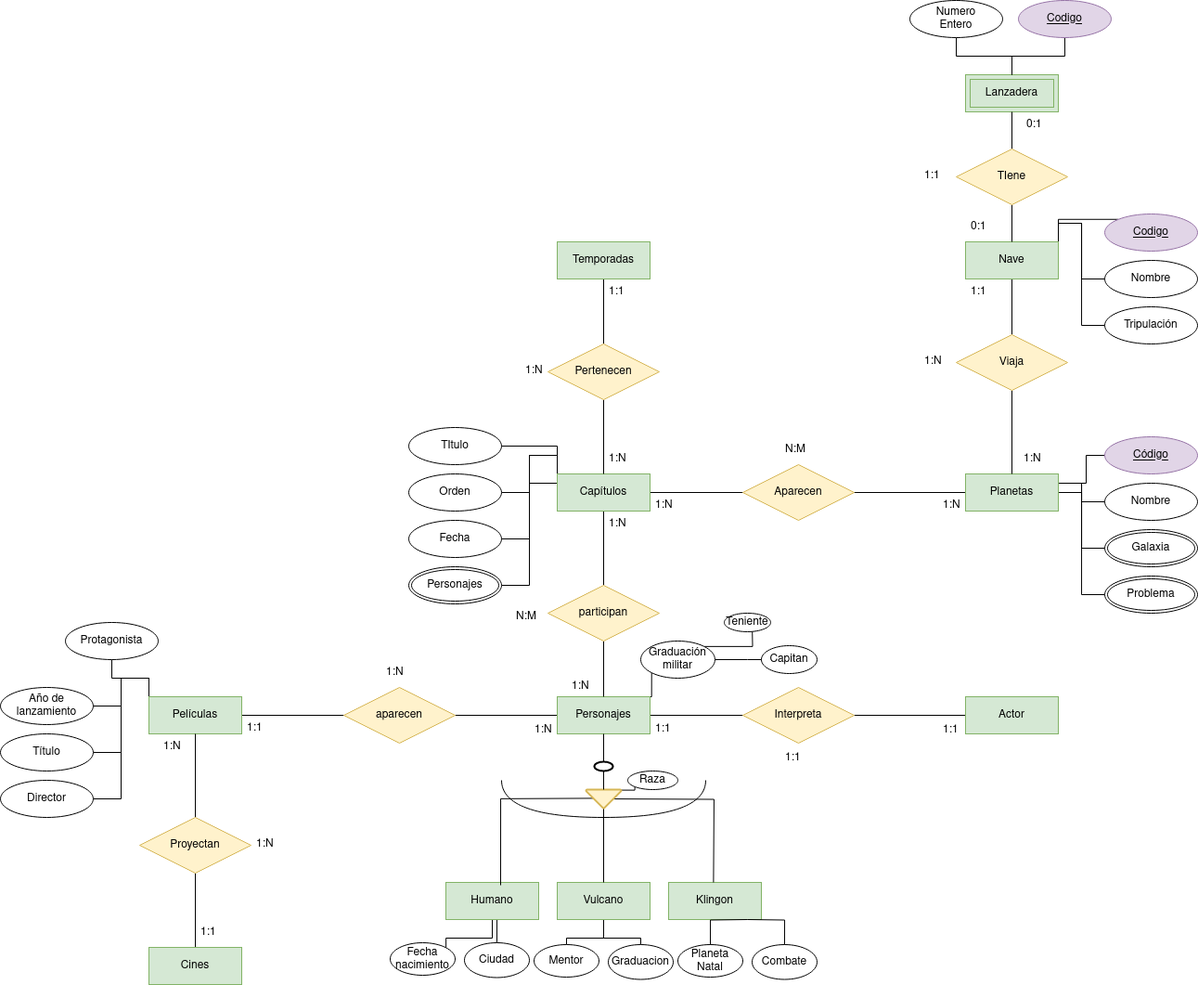
jdrguez/2-Daw keeps this draw.io diagram as Unidad-1/Tareas/Tarea-evaluable3/Diagrama sin título.drawio.png. Above is the earlier version. Source tidied: cells renumbered, new cells last; positions are measured from the earlier drawing's top-left corner, leaving out a move shared by most shapes.
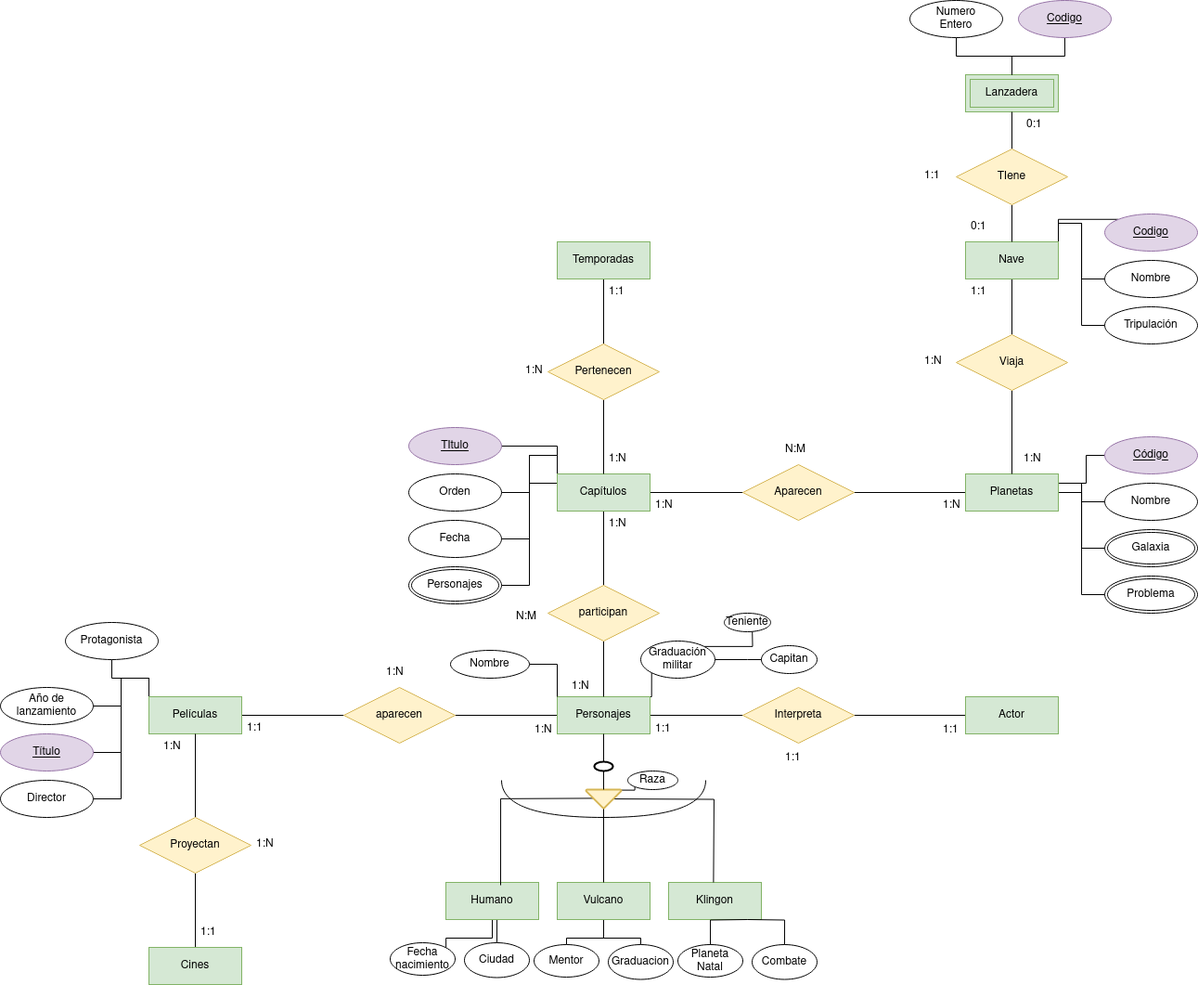
The same diagram one commit later.

Change to the diagram source:
```diff
@@ -235,7 +235,7 @@
     <mxCell id="74" value="&lt;div&gt;Año de &lt;br&gt;&lt;/div&gt;&lt;div&gt;lanzamiento&lt;br&gt;&lt;/div&gt;" style="ellipse;whiteSpace=wrap;html=1;align=center;" parent="1" vertex="1">
       <mxGeometry y="740" width="100" height="40" as="geometry" />
     </mxCell>
-    <mxCell id="75" value="Título" style="ellipse;whiteSpace=wrap;html=1;align=center;" parent="1" vertex="1">
+    <mxCell id="75" value="&lt;u&gt;Título&lt;/u&gt;" style="ellipse;whiteSpace=wrap;html=1;align=center;fillColor=#e1d5e7;strokeColor=#9673a6;" parent="1" vertex="1">
       <mxGeometry y="790" width="100" height="40" as="geometry" />
     </mxCell>
     <mxCell id="76" value="Director" style="ellipse;whiteSpace=wrap;html=1;align=center;" parent="1" vertex="1">
@@ -262,7 +262,7 @@
     <mxCell id="83" value="Tripulación" style="ellipse;whiteSpace=wrap;html=1;align=center;" parent="1" vertex="1">
       <mxGeometry x="1190" y="330" width="100" height="40" as="geometry" />
     </mxCell>
-    <mxCell id="84" value="TItulo" style="ellipse;whiteSpace=wrap;html=1;align=center;" parent="1" vertex="1">
+    <mxCell id="84" value="&lt;u&gt;TItulo&lt;/u&gt;" style="ellipse;whiteSpace=wrap;html=1;align=center;fillColor=#e1d5e7;strokeColor=#9673a6;" parent="1" vertex="1">
       <mxGeometry x="440" y="460" width="100" height="40" as="geometry" />
     </mxCell>
     <mxCell id="85" value="Orden" style="ellipse;whiteSpace=wrap;html=1;align=center;" parent="1" vertex="1">
@@ -386,5 +386,11 @@
         <mxPoint x="805" y="990" as="sourcePoint" />
       </mxGeometry>
     </mxCell>
+    <mxCell id="124" style="edgeStyle=orthogonalEdgeStyle;rounded=0;jettySize=auto;html=1;exitX=1;exitY=0.5;exitDx=0;exitDy=0;entryX=0;entryY=0;entryDx=0;entryDy=0;endArrow=none;endFill=0;" parent="1" edge="1" source="125" target="5">
+      <mxGeometry relative="1" as="geometry" />
+    </mxCell>
+    <mxCell id="125" value="Nombre" style="ellipse;whiteSpace=wrap;html=1;align=center;" parent="1" vertex="1">
+      <mxGeometry x="485" y="700" width="85" height="30" as="geometry" />
+    </mxCell>
   </root>
 </mxGraphModel>
```
